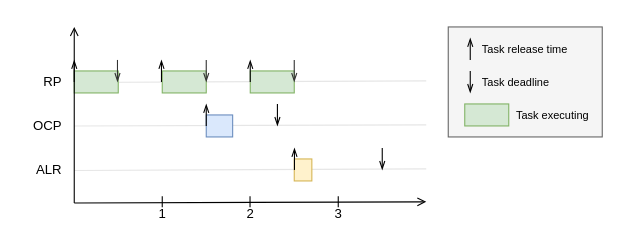
Before: page "timeline" (1 of 9) of report/images/timelines.drawio in jiayihu/SRT, a draw.io diagram. Source tidied: cells renumbered, new cells numbered last; positions are measured from the earlier drawing's top-left corner, leaving out a move shared by most shapes. Both pictures are drawn from the tidied source at 110%, with x=0, y=0 at pixel (19, 26).
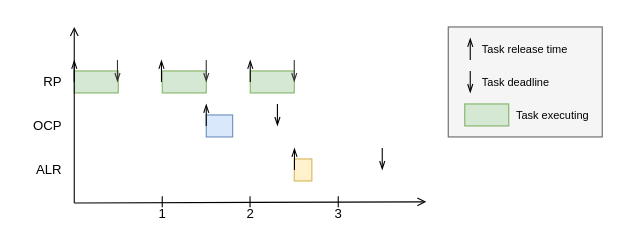
After the change.

What changed in the source:
```diff
@@
-    <mxCell id="2" style="endArrow=none;html=1;endFill=0;strokeColor=#E6E6E6;" parent="1" edge="1">
-      <mxGeometry relative="1" as="geometry">
-        <mxPoint x="50" y="90" as="sourcePoint" />
-        <mxPoint x="370" y="89" as="targetPoint" />
-      </mxGeometry>
-    </mxCell>
-    <mxCell id="3" style="endArrow=none;html=1;endFill=0;strokeColor=#E6E6E6;" parent="1" edge="1">
-      <mxGeometry relative="1" as="geometry">
-        <mxPoint x="50" y="50.5" as="sourcePoint" />
-        <mxPoint x="370" y="49" as="targetPoint" />
-      </mxGeometry>
-    </mxCell>
-    <mxCell id="4" style="endArrow=none;html=1;endFill=0;strokeColor=#E6E6E6;" parent="1" edge="1">
-      <mxGeometry relative="1" as="geometry">
-        <mxPoint x="50" y="130.5" as="sourcePoint" />
-        <mxPoint x="370" y="129" as="targetPoint" />
-      </mxGeometry>
-    </mxCell>
```
